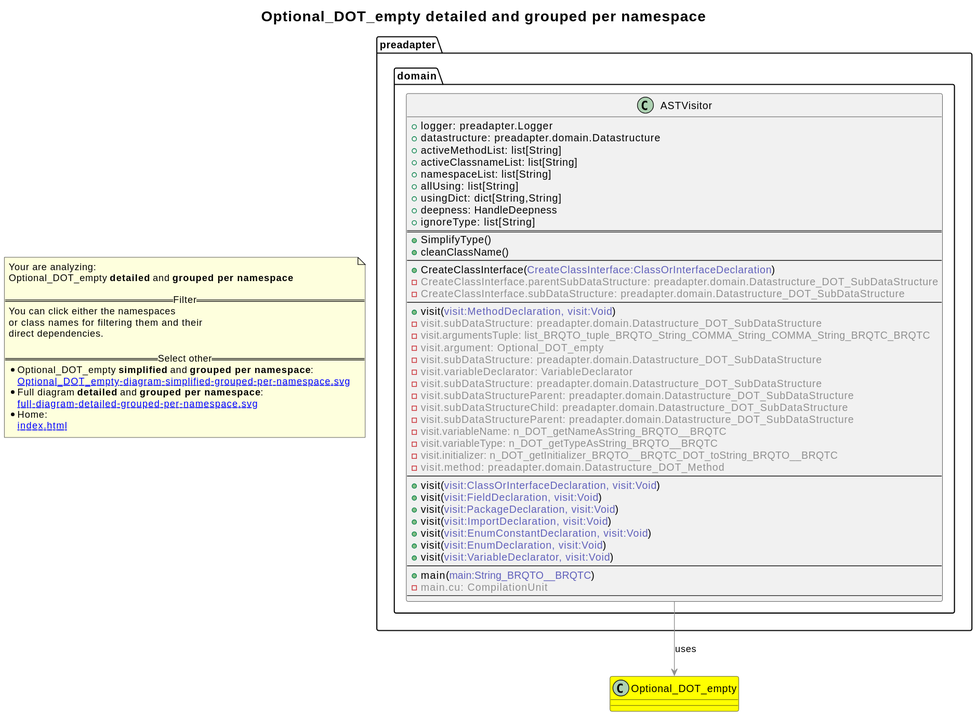
Before: revenger-java-adapter.out/Optional_DOT_empty-diagram-detailed-grouped-per-namespace.svg, a diagram exported from PlantUML (2BlackCoffees/revenger). The source it was exported from:
```plantuml
@startuml
title <size:20>Optional_DOT_empty **detailed** and **grouped per namespace**</size>
note "Your are analyzing:\nOptional_DOT_empty **detailed** and **grouped per namespace**\n\n==Filter==\nYou can click either the namespaces \nor class names for filtering them and their\ndirect dependencies.\n\n==Select other==\n* Optional_DOT_empty **simplified** and **grouped per namespace**:\n   [[Optional_DOT_empty-diagram-simplified-grouped-per-namespace.svg]]\n* Full diagram **detailed** and **grouped per namespace**:\n   [[full-diagram-detailed-grouped-per-namespace.svg]]\n* Home:\n   [[index.html]]" as FloatingNote
class Optional_DOT_empty [[Optional_DOT_empty-diagram-detailed-grouped-per-namespace.svg]] #yellow {
}
namespace preadapter [[preadapter-diagram-detailed-grouped-per-namespace.svg]] {
namespace preadapter.domain [[preadapter.domain-diagram-detailed-grouped-per-namespace.svg]] {
  class preadapter.domain.ASTVisitor [[preadapter.domain.ASTVisitor-diagram-detailed-grouped-per-namespace.svg]]  {
    + logger: preadapter.Logger
    + datastructure: preadapter.domain.Datastructure
    + activeMethodList: list[String]
    + activeClassnameList: list[String]
    + namespaceList: list[String]
    + allUsing: list[String]
    + usingDict: dict[String,String]
    + deepness: HandleDeepness
    + ignoreType: list[String]
==
    + SimplifyType(<font color="6060BB"></font>)
    + cleanClassName(<font color="6060BB"></font>)
--
    + CreateClassInterface(<font color="6060BB">CreateClassInterface:ClassOrInterfaceDeclaration</font>)
    - <font color="909090">CreateClassInterface.parentSubDataStructure: preadapter.domain.Datastructure_DOT_SubDataStructure</font>
    - <font color="909090">CreateClassInterface.subDataStructure: preadapter.domain.Datastructure_DOT_SubDataStructure</font>
--
    + visit(<font color="6060BB">visit:MethodDeclaration, visit:Void</font>)
    - <font color="909090">visit.subDataStructure: preadapter.domain.Datastructure_DOT_SubDataStructure</font>
    - <font color="909090">visit.argumentsTuple: list_BRQTO_tuple_BRQTO_String_COMMA_String_COMMA_String_BRQTC_BRQTC</font>
    - <font color="909090">visit.argument: Optional_DOT_empty</font>
    - <font color="909090">visit.subDataStructure: preadapter.domain.Datastructure_DOT_SubDataStructure</font>
    - <font color="909090">visit.variableDeclarator: VariableDeclarator</font>
    - <font color="909090">visit.subDataStructure: preadapter.domain.Datastructure_DOT_SubDataStructure</font>
    - <font color="909090">visit.subDataStructureParent: preadapter.domain.Datastructure_DOT_SubDataStructure</font>
    - <font color="909090">visit.subDataStructureChild: preadapter.domain.Datastructure_DOT_SubDataStructure</font>
    - <font color="909090">visit.subDataStructureParent: preadapter.domain.Datastructure_DOT_SubDataStructure</font>
    - <font color="909090">visit.variableName: n_DOT_getNameAsString_BRQTO__BRQTC</font>
    - <font color="909090">visit.variableType: n_DOT_getTypeAsString_BRQTO__BRQTC</font>
    - <font color="909090">visit.initializer: n_DOT_getInitializer_BRQTO__BRQTC_DOT_toString_BRQTO__BRQTC</font>
    - <font color="909090">visit.method: preadapter.domain.Datastructure_DOT_Method</font>
--
    + visit(<font color="6060BB">visit:ClassOrInterfaceDeclaration, visit:Void</font>)
    + visit(<font color="6060BB">visit:FieldDeclaration, visit:Void</font>)
    + visit(<font color="6060BB">visit:PackageDeclaration, visit:Void</font>)
    + visit(<font color="6060BB">visit:ImportDeclaration, visit:Void</font>)
    + visit(<font color="6060BB">visit:EnumConstantDeclaration, visit:Void</font>)
    + visit(<font color="6060BB">visit:EnumDeclaration, visit:Void</font>)
    + visit(<font color="6060BB">visit:VariableDeclarator, visit:Void</font>)
--
    + main(<font color="6060BB">main:String_BRQTO__BRQTC</font>)
    - <font color="909090">main.cu: CompilationUnit</font>
--
  }
}
}
preadapter.domain.ASTVisitor -[#909090]-> Optional_DOT_empty  : uses
@enduml
```
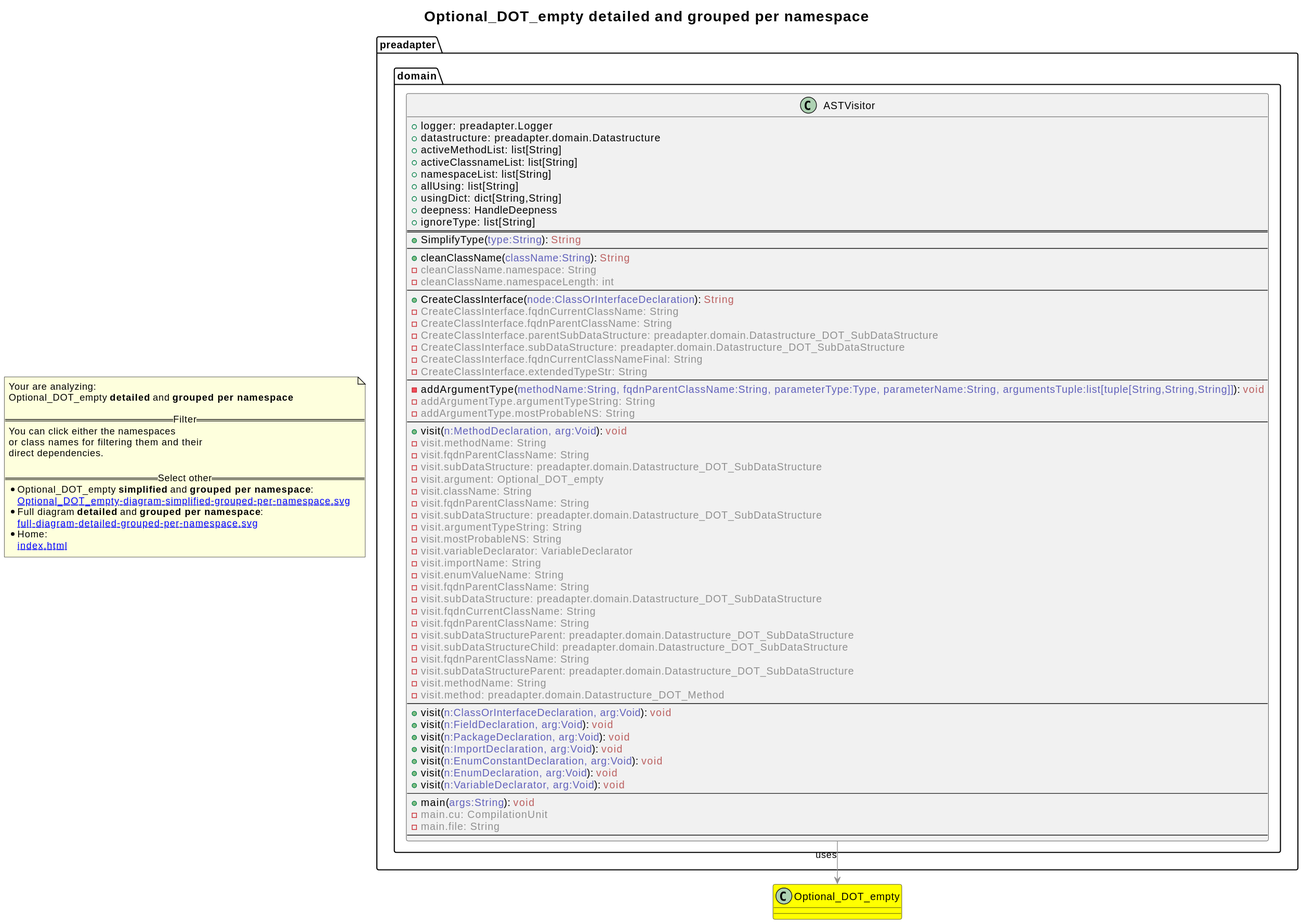
The same file after the commit.

Change to the diagram source:
```diff
@@ -1,4 +1,5 @@
 @startuml
+skinparam linetype ortho
 title <size:20>Optional_DOT_empty **detailed** and **grouped per namespace**</size>
 note "Your are analyzing:\nOptional_DOT_empty **detailed** and **grouped per namespace**\n\n==Filter==\nYou can click either the namespaces \nor class names for filtering them and their\ndirect dependencies.\n\n==Select other==\n* Optional_DOT_empty **simplified** and **grouped per namespace**:\n   [[Optional_DOT_empty-diagram-simplified-grouped-per-namespace.svg]]\n* Full diagram **detailed** and **grouped per namespace**:\n   [[full-diagram-detailed-grouped-per-namespace.svg]]\n* Home:\n   [[index.html]]" as FloatingNote
 class Optional_DOT_empty [[Optional_DOT_empty-diagram-detailed-grouped-per-namespace.svg]] #yellow {
@@ -16,38 +17,59 @@
     + deepness: HandleDeepness
     + ignoreType: list[String]
 ==
-    + SimplifyType(<font color="6060BB"></font>)
-    + cleanClassName(<font color="6060BB"></font>)
+    + SimplifyType(<font color="6060BB">type:String</font>): <font color="BB6060">String</font>
 --
-    + CreateClassInterface(<font color="6060BB">CreateClassInterface:ClassOrInterfaceDeclaration</font>)
+    + cleanClassName(<font color="6060BB">className:String</font>): <font color="BB6060">String</font>
+    - <font color="909090">cleanClassName.namespace: String</font>
+    - <font color="909090">cleanClassName.namespaceLength: int</font>
+--
+    + CreateClassInterface(<font color="6060BB">node:ClassOrInterfaceDeclaration</font>): <font color="BB6060">String</font>
+    - <font color="909090">CreateClassInterface.fqdnCurrentClassName: String</font>
+    - <font color="909090">CreateClassInterface.fqdnParentClassName: String</font>
     - <font color="909090">CreateClassInterface.parentSubDataStructure: preadapter.domain.Datastructure_DOT_SubDataStructure</font>
     - <font color="909090">CreateClassInterface.subDataStructure: preadapter.domain.Datastructure_DOT_SubDataStructure</font>
+    - <font color="909090">CreateClassInterface.fqdnCurrentClassNameFinal: String</font>
+    - <font color="909090">CreateClassInterface.extendedTypeStr: String</font>
 --
-    + visit(<font color="6060BB">visit:MethodDeclaration, visit:Void</font>)
+    - addArgumentType(<font color="6060BB">methodName:String, fqdnParentClassName:String, parameterType:Type, parameterName:String, argumentsTuple:list[tuple[String,String,String]]</font>): <font color="BB6060">void</font>
+    - <font color="909090">addArgumentType.argumentTypeString: String</font>
+    - <font color="909090">addArgumentType.mostProbableNS: String</font>
+--
+    + visit(<font color="6060BB">n:MethodDeclaration, arg:Void</font>): <font color="BB6060">void</font>
+    - <font color="909090">visit.methodName: String</font>
+    - <font color="909090">visit.fqdnParentClassName: String</font>
     - <font color="909090">visit.subDataStructure: preadapter.domain.Datastructure_DOT_SubDataStructure</font>
-    - <font color="909090">visit.argumentsTuple: list_BRQTO_tuple_BRQTO_String_COMMA_String_COMMA_String_BRQTC_BRQTC</font>
     - <font color="909090">visit.argument: Optional_DOT_empty</font>
+    - <font color="909090">visit.className: String</font>
+    - <font color="909090">visit.fqdnParentClassName: String</font>
     - <font color="909090">visit.subDataStructure: preadapter.domain.Datastructure_DOT_SubDataStructure</font>
+    - <font color="909090">visit.argumentTypeString: String</font>
+    - <font color="909090">visit.mostProbableNS: String</font>
     - <font color="909090">visit.variableDeclarator: VariableDeclarator</font>
+    - <font color="909090">visit.importName: String</font>
+    - <font color="909090">visit.enumValueName: String</font>
+    - <font color="909090">visit.fqdnParentClassName: String</font>
     - <font color="909090">visit.subDataStructure: preadapter.domain.Datastructure_DOT_SubDataStructure</font>
+    - <font color="909090">visit.fqdnCurrentClassName: String</font>
+    - <font color="909090">visit.fqdnParentClassName: String</font>
     - <font color="909090">visit.subDataStructureParent: preadapter.domain.Datastructure_DOT_SubDataStructure</font>
     - <font color="909090">visit.subDataStructureChild: preadapter.domain.Datastructure_DOT_SubDataStructure</font>
+    - <font color="909090">visit.fqdnParentClassName: String</font>
     - <font color="909090">visit.subDataStructureParent: preadapter.domain.Datastructure_DOT_SubDataStructure</font>
-    - <font color="909090">visit.variableName: n_DOT_getNameAsString_BRQTO__BRQTC</font>
-    - <font color="909090">visit.variableType: n_DOT_getTypeAsString_BRQTO__BRQTC</font>
-    - <font color="909090">visit.initializer: n_DOT_getInitializer_BRQTO__BRQTC_DOT_toString_BRQTO__BRQTC</font>
+    - <font color="909090">visit.methodName: String</font>
     - <font color="909090">visit.method: preadapter.domain.Datastructure_DOT_Method</font>
 --
-    + visit(<font color="6060BB">visit:ClassOrInterfaceDeclaration, visit:Void</font>)
-    + visit(<font color="6060BB">visit:FieldDeclaration, visit:Void</font>)
-    + visit(<font color="6060BB">visit:PackageDeclaration, visit:Void</font>)
-    + visit(<font color="6060BB">visit:ImportDeclaration, visit:Void</font>)
-    + visit(<font color="6060BB">visit:EnumConstantDeclaration, visit:Void</font>)
-    + visit(<font color="6060BB">visit:EnumDeclaration, visit:Void</font>)
-    + visit(<font color="6060BB">visit:VariableDeclarator, visit:Void</font>)
+    + visit(<font color="6060BB">n:ClassOrInterfaceDeclaration, arg:Void</font>): <font color="BB6060">void</font>
+    + visit(<font color="6060BB">n:FieldDeclaration, arg:Void</font>): <font color="BB6060">void</font>
+    + visit(<font color="6060BB">n:PackageDeclaration, arg:Void</font>): <font color="BB6060">void</font>
+    + visit(<font color="6060BB">n:ImportDeclaration, arg:Void</font>): <font color="BB6060">void</font>
+    + visit(<font color="6060BB">n:EnumConstantDeclaration, arg:Void</font>): <font color="BB6060">void</font>
+    + visit(<font color="6060BB">n:EnumDeclaration, arg:Void</font>): <font color="BB6060">void</font>
+    + visit(<font color="6060BB">n:VariableDeclarator, arg:Void</font>): <font color="BB6060">void</font>
 --
-    + main(<font color="6060BB">main:String_BRQTO__BRQTC</font>)
+    + main(<font color="6060BB">args:String</font>): <font color="BB6060">void</font>
     - <font color="909090">main.cu: CompilationUnit</font>
+    - <font color="909090">main.file: String</font>
 --
   }
 }
```
